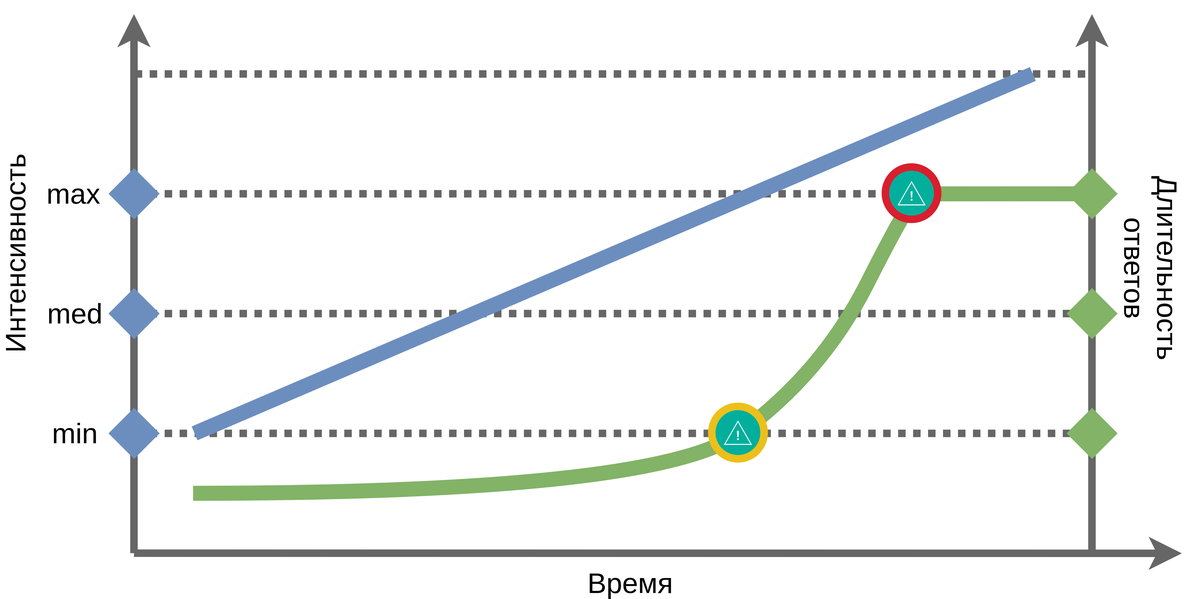
This is docs/images/1/load.testing-3.png from polarnik/perflab, a draw.io export, as it was before one commit. Source tidied: cells renumbered, new cells last; positions are measured from the earlier drawing's top-left corner, leaving out a move shared by most shapes.
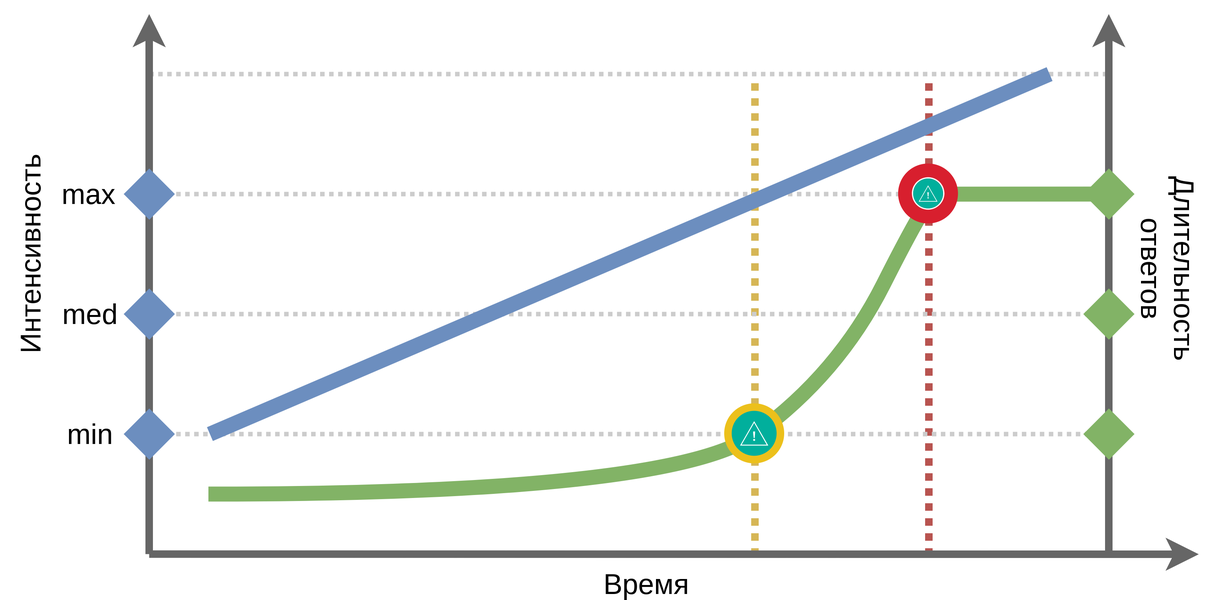
After the commit.

Change to the diagram source:
```diff
@@ -2,143 +2,161 @@
   <root>
     <mxCell id="0" />
     <mxCell id="1" parent="0" />
-    <mxCell id="2" style="endArrow=classic;html=1;strokeWidth=5;jumpStyle=arc;fillColor=#f5f5f5;strokeColor=#666666;" parent="1" edge="1">
-      <mxGeometry relative="1" as="geometry">
-        <mxPoint x="99" y="359.9" as="sourcePoint" />
-        <mxPoint x="799" y="360" as="targetPoint" />
-      </mxGeometry>
+    <mxCell id="2" style="group;" parent="1" vertex="1">
+      <mxGeometry y="-0.1" width="799" height="390" as="geometry" />
     </mxCell>
-    <mxCell id="3" style="endArrow=classic;html=1;strokeWidth=5;jumpStyle=arc;fillColor=#f5f5f5;strokeColor=#666666;" parent="1" edge="1">
-      <mxGeometry relative="1" as="geometry">
-        <mxPoint x="99" y="359.9" as="sourcePoint" />
-        <mxPoint x="99" y="-0.1" as="targetPoint" />
-      </mxGeometry>
+    <mxCell id="3" style="group;" parent="2" vertex="1">
+      <mxGeometry width="799" height="390" as="geometry" />
     </mxCell>
-    <mxCell id="4" style="endArrow=none;dashed=1;html=1;strokeWidth=5;dashPattern=1 1;fillColor=#f5f5f5;strokeColor=#666666;startArrow=none;startFill=0;startSize=8;" parent="1" edge="1">
+    <mxCell id="4" style="endArrow=none;dashed=1;html=1;strokeWidth=3;dashPattern=1 1;fillColor=#f5f5f5;strokeColor=#CCCCCC;" parent="3" edge="1">
       <mxGeometry relative="1" as="geometry">
-        <mxPoint x="99.5" y="279.9" as="sourcePoint" />
-        <mxPoint x="738.5" y="279.9" as="targetPoint" />
+        <mxPoint x="99" y="40" as="sourcePoint" />
+        <mxPoint x="739" y="40" as="targetPoint" />
       </mxGeometry>
     </mxCell>
-    <mxCell id="5" style="endArrow=none;dashed=1;html=1;strokeWidth=5;dashPattern=1 1;fillColor=#f5f5f5;strokeColor=#666666;" parent="1" edge="1">
+    <mxCell id="5" style="endArrow=none;dashed=1;html=1;fillColor=#f8cecc;strokeColor=#b85450;strokeWidth=5;dashPattern=1 1;" parent="3" edge="1">
       <mxGeometry relative="1" as="geometry">
-        <mxPoint x="99.5" y="199.9" as="sourcePoint" />
-        <mxPoint x="738.5" y="199.9" as="targetPoint" />
+        <mxPoint x="619" y="361.1" as="sourcePoint" />
+        <mxPoint x="619" y="41.1" as="targetPoint" />
       </mxGeometry>
     </mxCell>
-    <mxCell id="6" style="endArrow=none;dashed=1;html=1;strokeWidth=5;dashPattern=1 1;fillColor=#f5f5f5;strokeColor=#666666;" parent="1" edge="1">
+    <mxCell id="6" style="endArrow=none;dashed=1;html=1;fillColor=#fff2cc;strokeColor=#d6b656;strokeWidth=5;dashPattern=1 1;" parent="3" edge="1">
       <mxGeometry relative="1" as="geometry">
-        <mxPoint x="99.5" y="119.9" as="sourcePoint" />
-        <mxPoint x="738.5" y="119.9" as="targetPoint" />
+        <mxPoint x="503" y="361.1" as="sourcePoint" />
+        <mxPoint x="503" y="41.1" as="targetPoint" />
       </mxGeometry>
     </mxCell>
-    <mxCell id="7" style="endArrow=none;dashed=1;html=1;strokeWidth=5;dashPattern=1 1;fillColor=#f5f5f5;strokeColor=#666666;" parent="1" edge="1">
+    <mxCell id="7" style="endArrow=classic;html=1;strokeWidth=5;jumpStyle=none;fillColor=#f5f5f5;strokeColor=#666666;" parent="3" edge="1">
       <mxGeometry relative="1" as="geometry">
-        <mxPoint x="99.5" y="39.9" as="sourcePoint" />
-        <mxPoint x="738.5" y="39.9" as="targetPoint" />
+        <mxPoint x="99" y="360" as="sourcePoint" />
+        <mxPoint x="799" y="360.1" as="targetPoint" />
       </mxGeometry>
     </mxCell>
-    <mxCell id="8" style="endArrow=none;html=1;strokeWidth=10;targetPerimeterSpacing=0;comic=0;shadow=0;jumpStyle=none;orthogonalLoop=1;fillColor=#dae8fc;strokeColor=#6c8ebf;rounded=1;" parent="1" edge="1">
+    <mxCell id="8" style="endArrow=classic;html=1;strokeWidth=5;jumpStyle=arc;fillColor=#f5f5f5;strokeColor=#666666;" parent="3" edge="1">
       <mxGeometry relative="1" as="geometry">
-        <mxPoint x="139.5" y="279.9" as="sourcePoint" />
-        <mxPoint x="699.5" y="39.9" as="targetPoint" />
+        <mxPoint x="99" y="360" as="sourcePoint" />
+        <mxPoint x="99" as="targetPoint" />
       </mxGeometry>
     </mxCell>
-    <mxCell id="9" style="endArrow=none;html=1;shadow=0;strokeWidth=10;startArrow=diamond;startFill=1;startSize=10;fillColor=#dae8fc;strokeColor=#6c8ebf;" parent="1" edge="1">
+    <mxCell id="9" style="endArrow=none;dashed=1;html=1;strokeWidth=3;dashPattern=1 1;fillColor=#f5f5f5;strokeColor=#CCCCCC;startArrow=none;startFill=0;startSize=8;" parent="3" edge="1">
       <mxGeometry relative="1" as="geometry">
-        <mxPoint x="82" y="279.9" as="sourcePoint" />
-        <mxPoint x="102.5" y="279.9" as="targetPoint" />
+        <mxPoint x="99" y="280" as="sourcePoint" />
+        <mxPoint x="739" y="280" as="targetPoint" />
       </mxGeometry>
     </mxCell>
-    <mxCell id="10" style="endArrow=none;html=1;shadow=0;strokeWidth=10;startArrow=diamond;startFill=1;startSize=10;fillColor=#dae8fc;strokeColor=#6c8ebf;endSize=0;" parent="1" edge="1">
+    <mxCell id="10" style="endArrow=none;dashed=1;html=1;strokeWidth=3;dashPattern=1 1;fillColor=#f5f5f5;strokeColor=#CCCCCC;" parent="3" edge="1">
       <mxGeometry relative="1" as="geometry">
-        <mxPoint x="82" y="199.9" as="sourcePoint" />
-        <mxPoint x="102.5" y="199.9" as="targetPoint" />
+        <mxPoint x="99" y="200" as="sourcePoint" />
+        <mxPoint x="739" y="200" as="targetPoint" />
       </mxGeometry>
     </mxCell>
-    <mxCell id="11" style="endArrow=none;html=1;shadow=0;strokeWidth=10;startArrow=diamond;startFill=1;startSize=10;fillColor=#dae8fc;strokeColor=#6c8ebf;endSize=0;" parent="1" edge="1">
+    <mxCell id="11" style="endArrow=none;dashed=1;html=1;strokeWidth=3;dashPattern=1 1;fillColor=#f5f5f5;strokeColor=#CCCCCC;" parent="3" edge="1">
       <mxGeometry relative="1" as="geometry">
-        <mxPoint x="82" y="119.9" as="sourcePoint" />
-        <mxPoint x="102.5" y="119.9" as="targetPoint" />
+        <mxPoint x="99" y="120" as="sourcePoint" />
+        <mxPoint x="739" y="120" as="targetPoint" />
       </mxGeometry>
     </mxCell>
-    <mxCell id="12" value="min" style="text;html=1;strokeColor=none;fillColor=none;align=center;verticalAlign=middle;whiteSpace=wrap;rounded=0;fontSize=19;" parent="1" vertex="1">
-      <mxGeometry x="39" y="269.9" width="40" height="20" as="geometry" />
+    <mxCell id="12" style="endArrow=none;html=1;strokeWidth=10;targetPerimeterSpacing=0;comic=0;shadow=0;jumpStyle=none;orthogonalLoop=1;fillColor=#dae8fc;strokeColor=#6c8ebf;rounded=1;" parent="3" edge="1">
+      <mxGeometry relative="1" as="geometry">
+        <mxPoint x="139.5" y="280" as="sourcePoint" />
+        <mxPoint x="699.5" y="40" as="targetPoint" />
+      </mxGeometry>
     </mxCell>
-    <mxCell id="13" value="med" style="text;html=1;strokeColor=none;fillColor=none;align=center;verticalAlign=middle;whiteSpace=wrap;rounded=0;fontSize=19;" parent="1" vertex="1">
-      <mxGeometry x="39" y="189.9" width="40" height="20" as="geometry" />
+    <mxCell id="13" style="endArrow=none;html=1;shadow=0;strokeWidth=10;startArrow=diamond;startFill=1;startSize=10;fillColor=#dae8fc;strokeColor=#6c8ebf;" parent="3" edge="1">
+      <mxGeometry relative="1" as="geometry">
+        <mxPoint x="82" y="280" as="sourcePoint" />
+        <mxPoint x="102.5" y="280" as="targetPoint" />
+      </mxGeometry>
     </mxCell>
-    <mxCell id="14" value="max" style="text;html=1;strokeColor=none;fillColor=none;align=center;verticalAlign=middle;whiteSpace=wrap;rounded=0;fontSize=19;" parent="1" vertex="1">
-      <mxGeometry x="39" y="109.9" width="40" height="20" as="geometry" />
+    <mxCell id="14" style="endArrow=none;html=1;shadow=0;strokeWidth=10;startArrow=diamond;startFill=1;startSize=10;fillColor=#dae8fc;strokeColor=#6c8ebf;endSize=0;" parent="3" edge="1">
+      <mxGeometry relative="1" as="geometry">
+        <mxPoint x="82" y="200" as="sourcePoint" />
+        <mxPoint x="102.5" y="200" as="targetPoint" />
+      </mxGeometry>
     </mxCell>
-    <mxCell id="15" value="Время" style="text;html=1;strokeColor=none;fillColor=none;align=center;verticalAlign=middle;whiteSpace=wrap;rounded=0;fontSize=19;" parent="1" vertex="1">
-      <mxGeometry x="411" y="369.9" width="40" height="20" as="geometry" />
+    <mxCell id="15" style="endArrow=none;html=1;shadow=0;strokeWidth=10;startArrow=diamond;startFill=1;startSize=10;fillColor=#dae8fc;strokeColor=#6c8ebf;endSize=0;" parent="3" edge="1">
+      <mxGeometry relative="1" as="geometry">
+        <mxPoint x="82" y="120" as="sourcePoint" />
+        <mxPoint x="102.5" y="120" as="targetPoint" />
+      </mxGeometry>
     </mxCell>
-    <mxCell id="16" value="Интенсивность" style="text;html=1;strokeColor=none;fillColor=none;align=center;verticalAlign=middle;whiteSpace=wrap;rounded=0;fontSize=19;rotation=-90;" parent="1" vertex="1">
-      <mxGeometry y="149.9" width="40" height="20" as="geometry" />
+    <mxCell id="16" value="min" style="text;html=1;strokeColor=none;fillColor=none;align=center;verticalAlign=middle;whiteSpace=wrap;rounded=0;fontSize=19;" parent="3" vertex="1">
+      <mxGeometry x="39" y="270" width="40" height="20" as="geometry" />
     </mxCell>
-    <mxCell id="17" style="endArrow=classic;html=1;strokeWidth=5;jumpStyle=none;fillColor=#f5f5f5;strokeColor=#666666;" parent="1" edge="1">
-      <mxGeometry relative="1" as="geometry">
-        <mxPoint x="739" y="359.9" as="sourcePoint" />
-        <mxPoint x="739" y="-0.1" as="targetPoint" />
-      </mxGeometry>
+    <mxCell id="17" value="med" style="text;html=1;strokeColor=none;fillColor=none;align=center;verticalAlign=middle;whiteSpace=wrap;rounded=0;fontSize=19;" parent="3" vertex="1">
+      <mxGeometry x="39" y="190" width="40" height="20" as="geometry" />
     </mxCell>
-    <mxCell id="18" style="endArrow=none;html=1;shadow=0;strokeWidth=10;startArrow=diamond;startFill=1;startSize=10;fillColor=#d5e8d4;strokeColor=#82b366;endSize=0;" parent="1" edge="1">
-      <mxGeometry relative="1" as="geometry">
-        <mxPoint x="722" y="119.9" as="sourcePoint" />
-        <mxPoint x="741.5" y="119.9" as="targetPoint" />
-      </mxGeometry>
+    <mxCell id="18" value="max" style="text;html=1;strokeColor=none;fillColor=none;align=center;verticalAlign=middle;whiteSpace=wrap;rounded=0;fontSize=19;" parent="3" vertex="1">
+      <mxGeometry x="39" y="110" width="40" height="20" as="geometry" />
     </mxCell>
-    <mxCell id="19" style="endArrow=none;html=1;shadow=0;strokeWidth=10;startArrow=diamond;startFill=1;startSize=10;fillColor=#d5e8d4;strokeColor=#82b366;endSize=0;" parent="1" edge="1">
-      <mxGeometry relative="1" as="geometry">
-        <mxPoint x="722" y="199.9" as="sourcePoint" />
-        <mxPoint x="741.5" y="199.9" as="targetPoint" />
-      </mxGeometry>
+    <mxCell id="19" value="Время" style="text;html=1;strokeColor=none;fillColor=none;align=center;verticalAlign=middle;whiteSpace=wrap;rounded=0;fontSize=19;" parent="3" vertex="1">
+      <mxGeometry x="411" y="370" width="40" height="20" as="geometry" />
     </mxCell>
-    <mxCell id="20" style="endArrow=none;html=1;shadow=0;strokeWidth=10;startArrow=diamond;startFill=1;startSize=10;fillColor=#d5e8d4;strokeColor=#82b366;endSize=0;" parent="1" edge="1">
-      <mxGeometry relative="1" as="geometry">
-        <mxPoint x="722" y="279.9" as="sourcePoint" />
-        <mxPoint x="741.5" y="279.9" as="targetPoint" />
-      </mxGeometry>
+    <mxCell id="20" value="Интенсивность" style="text;html=1;strokeColor=none;fillColor=none;align=center;verticalAlign=middle;whiteSpace=wrap;rounded=0;fontSize=19;rotation=-90;" parent="3" vertex="1">
+      <mxGeometry y="150" width="40" height="20" as="geometry" />
     </mxCell>
-    <mxCell id="21" value="Длительность ответов&lt;br&gt;" style="text;html=1;strokeColor=none;fillColor=none;align=center;verticalAlign=middle;whiteSpace=wrap;rounded=0;fontSize=19;rotation=90;" parent="1" vertex="1">
-      <mxGeometry x="759" y="159.9" width="40" height="20" as="geometry" />
+    <mxCell id="21" style="endArrow=classic;html=1;strokeWidth=5;jumpStyle=none;fillColor=#f5f5f5;strokeColor=#666666;" parent="3" edge="1">
+      <mxGeometry relative="1" as="geometry">
+        <mxPoint x="739" y="360" as="sourcePoint" />
+        <mxPoint x="739" as="targetPoint" />
+      </mxGeometry>
     </mxCell>
-    <mxCell id="22" style="curved=1;endArrow=none;html=1;shadow=0;strokeWidth=10;fontSize=19;fillColor=#d5e8d4;strokeColor=#82b366;endFill=0;" parent="1" edge="1">
+    <mxCell id="22" style="endArrow=none;html=1;shadow=0;strokeWidth=10;startArrow=diamond;startFill=1;startSize=10;fillColor=#d5e8d4;strokeColor=#82b366;endSize=0;" parent="3" edge="1">
       <mxGeometry relative="1" as="geometry">
-        <mxPoint x="138.5" y="319.9" as="sourcePoint" />
-        <mxPoint x="738.5" y="119.9" as="targetPoint" />
-        <Array as="points">
-          <mxPoint x="448.5" y="319.9" />
-          <mxPoint x="558.5" y="239.9" />
-          <mxPoint x="619" y="120" />
-          <mxPoint x="628.5" y="119.9" />
-        </Array>
+        <mxPoint x="722" y="120" as="sourcePoint" />
+        <mxPoint x="741.5" y="120" as="targetPoint" />
       </mxGeometry>
     </mxCell>
-    <mxCell id="23" style="group;" parent="1" vertex="1">
-      <mxGeometry x="483" y="259.9" width="40" height="40" as="geometry" />
+    <mxCell id="23" style="endArrow=none;html=1;shadow=0;strokeWidth=10;startArrow=diamond;startFill=1;startSize=10;fillColor=#d5e8d4;strokeColor=#82b366;endSize=0;" parent="3" edge="1">
+      <mxGeometry relative="1" as="geometry">
+        <mxPoint x="722" y="200" as="sourcePoint" />
+        <mxPoint x="741.5" y="200" as="targetPoint" />
+      </mxGeometry>
     </mxCell>
-    <mxCell id="24" style="perimeter=ellipsePerimeter;html=1;align=center;shadow=0;dashed=0;image;image=img/lib/ibm/applications/visualization.svg;fontSize=19;" parent="23" vertex="1">
-      <mxGeometry width="40" height="40" as="geometry" />
+    <mxCell id="24" style="endArrow=none;html=1;shadow=0;strokeWidth=10;startArrow=diamond;startFill=1;startSize=10;fillColor=#d5e8d4;strokeColor=#82b366;endSize=0;" parent="3" edge="1">
+      <mxGeometry relative="1" as="geometry">
+        <mxPoint x="722" y="280" as="sourcePoint" />
+        <mxPoint x="741.5" y="280" as="targetPoint" />
+      </mxGeometry>
     </mxCell>
-    <mxCell id="25" style="perimeter=ellipsePerimeter;html=1;align=center;shadow=0;dashed=0;image;image=img/lib/ibm/management/alert_notification.svg;fontSize=19;" parent="23" vertex="1">
-      <mxGeometry x="5" y="5" width="30" height="30" as="geometry" />
+    <mxCell id="25" value="Длительность ответов&lt;br&gt;" style="text;html=1;strokeColor=none;fillColor=none;align=center;verticalAlign=middle;whiteSpace=wrap;rounded=0;fontSize=19;rotation=90;" parent="3" vertex="1">
+      <mxGeometry x="759" y="160" width="40" height="20" as="geometry" />
     </mxCell>
-    <mxCell id="26" style="group;" parent="1" vertex="1">
-      <mxGeometry x="599" y="100" width="40" height="40" as="geometry" />
+    <mxCell id="26" style="curved=1;endArrow=none;html=1;shadow=0;strokeWidth=10;fontSize=19;fillColor=#d5e8d4;strokeColor=#82b366;endFill=0;" parent="3" edge="1">
+      <mxGeometry relative="1" as="geometry">
+        <mxPoint x="138.5" y="320" as="sourcePoint" />
+        <mxPoint x="738.5" y="120" as="targetPoint" />
+        <Array as="points">
+          <mxPoint x="448.5" y="320" />
+          <mxPoint x="558.5" y="240" />
+          <mxPoint x="619" y="120.1" />
+          <mxPoint x="628.5" y="120" />
+        </Array>
+      </mxGeometry>
     </mxCell>
-    <mxCell id="27" style="group;" parent="26" vertex="1">
-      <mxGeometry width="40" height="40" as="geometry" />
+    <mxCell id="27" style="group;" parent="3" vertex="1">
+      <mxGeometry x="483" y="260" width="40" height="40" as="geometry" />
     </mxCell>
-    <mxCell id="28" style="group;" parent="27" vertex="1">
+    <mxCell id="28" style="perimeter=ellipsePerimeter;html=1;align=center;shadow=0;dashed=0;image;image=img/lib/ibm/applications/visualization.svg;fontSize=19;" parent="27" vertex="1">
       <mxGeometry width="40" height="40" as="geometry" />
     </mxCell>
-    <mxCell id="29" style="perimeter=ellipsePerimeter;html=1;align=center;shadow=0;dashed=0;image;image=img/lib/ibm/security/physical_security.svg;fontSize=19;" parent="28" vertex="1">
-      <mxGeometry width="40" height="40" as="geometry" />
+    <mxCell id="29" style="perimeter=ellipsePerimeter;html=1;align=center;shadow=0;dashed=0;image;image=img/lib/ibm/management/alert_notification.svg;fontSize=19;" parent="27" vertex="1">
+      <mxGeometry x="5" y="5" width="30" height="30" as="geometry" />
     </mxCell>
-    <mxCell id="30" style="perimeter=ellipsePerimeter;html=1;align=center;shadow=0;dashed=0;image;image=img/lib/ibm/management/alert_notification.svg;fontSize=19;" parent="28" vertex="1">
-      <mxGeometry x="5" y="5" width="30" height="30" as="geometry" />
+    <mxCell id="30" style="group;" parent="3" vertex="1">
+      <mxGeometry x="599" y="100.1" width="40" height="40" as="geometry" />
     </mxCell>
+    <mxCell id="31" style="group;" parent="30" vertex="1">
+      <mxGeometry width="40" height="40" as="geometry" />
+    </mxCell>
+    <mxCell id="32" style="group;" parent="31" vertex="1">
+      <mxGeometry width="40" height="40" as="geometry" />
+    </mxCell>
+    <mxCell id="33" style="perimeter=ellipsePerimeter;html=1;align=center;shadow=0;dashed=0;image;image=img/lib/ibm/security/physical_security.svg;fontSize=19;" parent="32" vertex="1">
+      <mxGeometry width="40" height="40" as="geometry" />
+    </mxCell>
+    <mxCell id="34" style="perimeter=ellipsePerimeter;html=1;align=center;shadow=0;dashed=0;image;image=img/lib/ibm/management/alert_notification.svg;fontSize=19;imageBackground=none;imageBorder=none;" parent="32" vertex="1">
+      <mxGeometry x="10" y="10" width="20" height="20" as="geometry" />
+    </mxCell>
   </root>
 </mxGraphModel>
```
